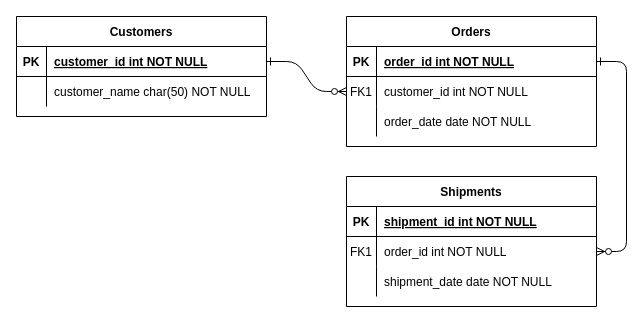
Before: Untitled Diagram.drawio in sabulkong/Database-week-8, a draw.io diagram. Source tidied: cells renumbered, new cells numbered last; positions are measured from the earlier drawing's top-left corner, leaving out a move shared by most shapes. Both pictures are drawn from the tidied source at 100%, with x=0, y=0 at pixel (16, 16).
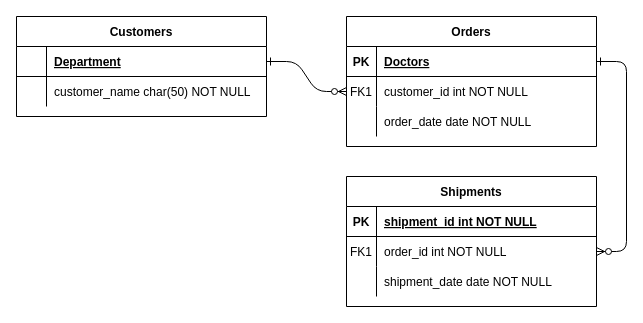
The same diagram, later.

The change refers to these unchanged cells:
```xml
<mxCell id="5" style="shape=partialRectangle;fillColor=none;points=[[0,0.5],[1,0.5]];portConstraint=eastwest;top=0;left=0;right=0;bottom=1;" parent="4" vertex="1">
  <mxGeometry y="30" width="250" height="30" as="geometry" />
</mxCell>
<mxCell id="25" style="shape=partialRectangle;fillColor=none;points=[[0,0.5],[1,0.5]];portConstraint=eastwest;top=0;left=0;right=0;bottom=1;" parent="24" vertex="1">
  <mxGeometry y="30" width="250" height="30" as="geometry" />
</mxCell>
```

Change to the diagram source:
```diff
@@
-    <mxCell id="7" value="order_id int NOT NULL " style="shape=partialRectangle;overflow=hidden;fillColor=none;top=0;left=0;bottom=0;right=0;align=left;spacingLeft=6;fontStyle=5;" parent="5" vertex="1">
+    <mxCell id="7" value="Doctors" style="shape=partialRectangle;overflow=hidden;fillColor=none;top=0;left=0;bottom=0;right=0;align=left;spacingLeft=6;fontStyle=5;" parent="5" vertex="1">
       <mxGeometry x="30" width="220" height="30" as="geometry" />
     </mxCell>
@@
-    <mxCell id="26" value="PK" style="shape=partialRectangle;overflow=hidden;fillColor=none;top=0;left=0;bottom=0;right=0;fontStyle=1;" parent="25" vertex="1">
+    <mxCell id="26" style="shape=partialRectangle;overflow=hidden;fillColor=none;top=0;left=0;bottom=0;right=0;fontStyle=1;" parent="25" vertex="1">
       <mxGeometry width="30" height="30" as="geometry" />
     </mxCell>
-    <mxCell id="27" value="customer_id int NOT NULL " style="shape=partialRectangle;overflow=hidden;fillColor=none;top=0;left=0;bottom=0;right=0;align=left;spacingLeft=6;fontStyle=5;" parent="25" vertex="1">
+    <mxCell id="27" value="Department" style="shape=partialRectangle;overflow=hidden;fillColor=none;top=0;left=0;bottom=0;right=0;align=left;spacingLeft=6;fontStyle=5;" parent="25" vertex="1">
       <mxGeometry x="30" width="220" height="30" as="geometry" />
     </mxCell>
```
